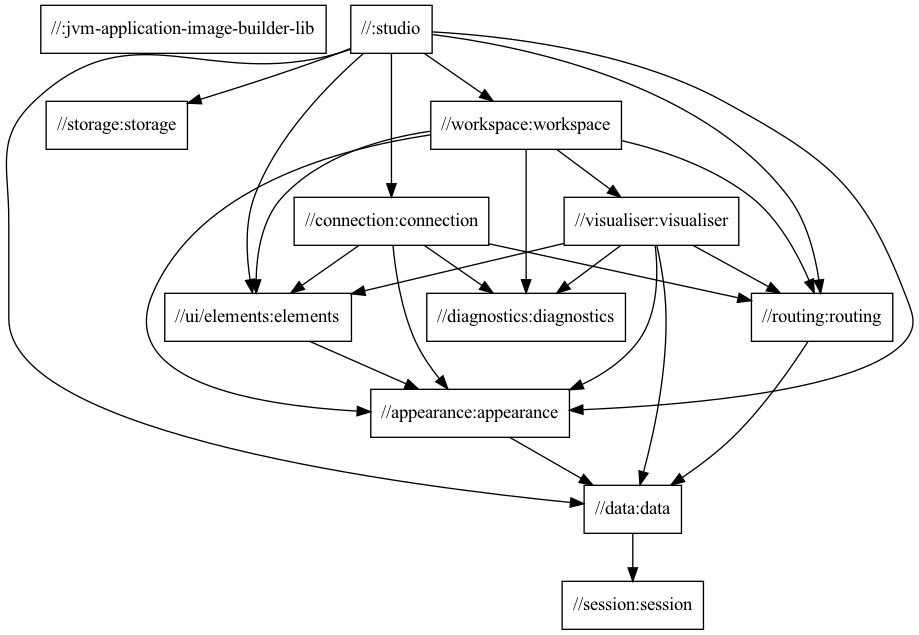
Above: docs/package-structure.png in typedb/typedb-studio (Graphviz), before the change. Its source is kept beside it as docs/package-structure.dot.
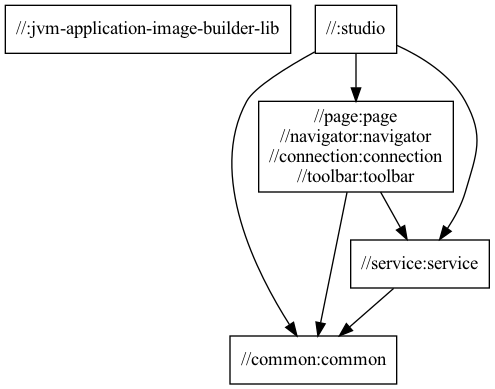
After the change.

Change to the diagram source:
```diff
@@ -2,39 +2,13 @@
   node [shape=box];
   "//:jvm-application-image-builder-lib"
   "//:studio"
-  "//:studio" -> "//appearance:appearance"
-  "//:studio" -> "//storage:storage"
-  "//:studio" -> "//connection:connection"
-  "//:studio" -> "//data:data"
-  "//:studio" -> "//ui/elements:elements"
-  "//:studio" -> "//routing:routing"
-  "//:studio" -> "//workspace:workspace"
-  "//connection:connection"
-  "//connection:connection" -> "//appearance:appearance"
-  "//connection:connection" -> "//diagnostics:diagnostics"
-  "//connection:connection" -> "//routing:routing"
-  "//connection:connection" -> "//ui/elements:elements"
-  "//storage:storage"
-  "//workspace:workspace"
-  "//workspace:workspace" -> "//appearance:appearance"
-  "//workspace:workspace" -> "//diagnostics:diagnostics"
-  "//workspace:workspace" -> "//routing:routing"
-  "//workspace:workspace" -> "//ui/elements:elements"
-  "//workspace:workspace" -> "//visualiser:visualiser"
-  "//visualiser:visualiser"
-  "//visualiser:visualiser" -> "//appearance:appearance"
-  "//visualiser:visualiser" -> "//data:data"
-  "//visualiser:visualiser" -> "//diagnostics:diagnostics"
-  "//visualiser:visualiser" -> "//routing:routing"
-  "//visualiser:visualiser" -> "//ui/elements:elements"
-  "//ui/elements:elements"
-  "//ui/elements:elements" -> "//appearance:appearance"
-  "//routing:routing"
-  "//routing:routing" -> "//data:data"
-  "//diagnostics:diagnostics"
-  "//appearance:appearance"
-  "//appearance:appearance" -> "//data:data"
-  "//data:data"
-  "//data:data" -> "//session:session"
-  "//session:session"
+  "//:studio" -> "//common:common"
+  "//:studio" -> "//page:page\n//navigator:navigator\n//connection:connection\n//toolbar:toolbar"
+  "//:studio" -> "//service:service"
+  "//page:page\n//navigator:navigator\n//connection:connection\n//toolbar:toolbar"
+  "//page:page\n//navigator:navigator\n//connection:connection\n//toolbar:toolbar" -> "//common:common"
+  "//page:page\n//navigator:navigator\n//connection:connection\n//toolbar:toolbar" -> "//service:service"
+  "//service:service"
+  "//service:service" -> "//common:common"
+  "//common:common"
 }
```
